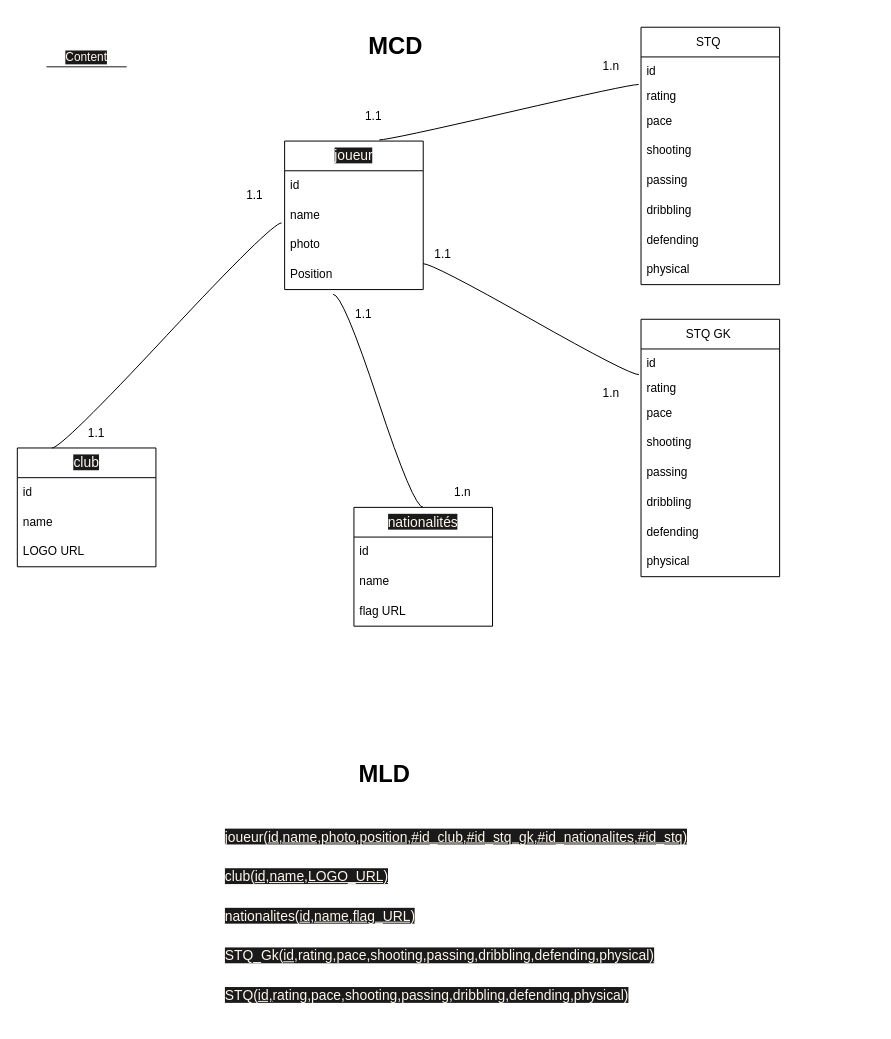
The draw.io diagram gestion.dio in zakaria-123kardache/Gestionnaire_FUT_Champions, before the edit. Source tidied: cells renumbered, new cells numbered last; positions are measured from the earlier drawing's top-left corner, leaving out a move shared by most shapes. Both pictures are drawn from the tidied source at 99%, with x=0, y=0 at pixel (17, 27).
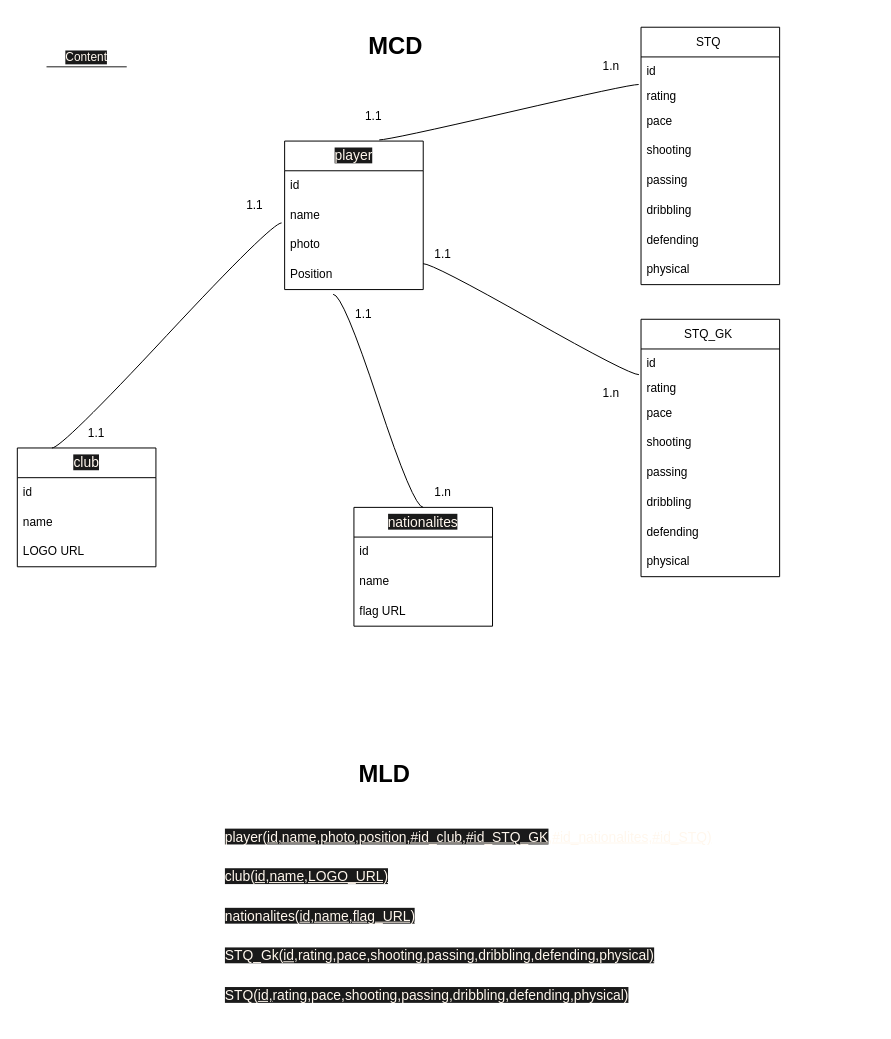
After the change.

Commit message (it also covers changes not shown here):
Creat DataBase

The edit, as a diff of the source:
```diff
@@
-    <mxCell id="2" value="&lt;span style=&quot;font-family: &amp;quot;Nunito Sans&amp;quot;, sans-serif; font-size: 14px; text-align: left; background-color: rgb(26, 26, 26);&quot;&gt;&lt;font style=&quot;&quot; color=&quot;#fff7ed&quot;&gt;joueur&lt;/font&gt;&lt;/span&gt;" style="swimlane;fontStyle=0;horizontal=1;startSize=30;whiteSpace=wrap;html=1;" parent="1" vertex="1">
+    <mxCell id="2" value="&lt;span style=&quot;font-family: &amp;quot;Nunito Sans&amp;quot;, sans-serif; font-size: 14px; text-align: left; background-color: rgb(26, 26, 26);&quot;&gt;&lt;font style=&quot;&quot; color=&quot;#fff7ed&quot;&gt;player&lt;/font&gt;&lt;/span&gt;" style="swimlane;fontStyle=0;horizontal=1;startSize=30;whiteSpace=wrap;html=1;" parent="1" vertex="1">
       <mxGeometry x="270" y="115" width="140" height="150" as="geometry" />
     </mxCell>
@@
-    <mxCell id="7" value="&lt;span style=&quot;font-family: &amp;quot;Nunito Sans&amp;quot;, sans-serif; font-size: 14px; text-align: left; background-color: rgb(26, 26, 26);&quot;&gt;&lt;font style=&quot;&quot; color=&quot;#fff7ed&quot;&gt;nationalités&lt;/font&gt;&lt;/span&gt;" style="swimlane;fontStyle=0;horizontal=1;startSize=30;whiteSpace=wrap;html=1;" parent="1" vertex="1">
+    <mxCell id="7" value="&lt;span style=&quot;font-family: &amp;quot;Nunito Sans&amp;quot;, sans-serif; font-size: 14px; text-align: left; background-color: rgb(26, 26, 26);&quot;&gt;&lt;font style=&quot;&quot; color=&quot;#fff7ed&quot;&gt;nationalites&lt;/font&gt;&lt;/span&gt;" style="swimlane;fontStyle=0;horizontal=1;startSize=30;whiteSpace=wrap;html=1;" parent="1" vertex="1">
       <mxGeometry x="340" y="485" width="140" height="120" as="geometry" />
     </mxCell>
@@
     <mxCell id="27" value="1.1" style="text;html=1;strokeColor=none;fillColor=none;align=center;verticalAlign=middle;whiteSpace=wrap;rounded=0;" parent="1" vertex="1">
-      <mxGeometry x="210" y="155" width="60" height="30" as="geometry" />
+      <mxGeometry x="210" y="165" width="60" height="30" as="geometry" />
     </mxCell>
-    <mxCell id="28" value="STQ GK&amp;nbsp;" style="swimlane;fontStyle=0;horizontal=1;startSize=30;whiteSpace=wrap;html=1;" parent="1" vertex="1">
+    <mxCell id="28" value="STQ_GK&amp;nbsp;" style="swimlane;fontStyle=0;horizontal=1;startSize=30;whiteSpace=wrap;html=1;" parent="1" vertex="1">
       <mxGeometry x="630" y="295" width="140" height="260" as="geometry" />
     </mxCell>
@@
     <mxCell id="44" value="1.n" style="text;html=1;strokeColor=none;fillColor=none;align=center;verticalAlign=middle;whiteSpace=wrap;rounded=0;" parent="1" vertex="1">
-      <mxGeometry x="420" y="455" width="60" height="30" as="geometry" />
+      <mxGeometry x="400" y="455" width="60" height="30" as="geometry" />
     </mxCell>
@@
-    <mxCell id="47" value="&lt;h1&gt;&lt;span style=&quot;color: rgb(255, 247, 237); font-family: &amp;quot;Nunito Sans&amp;quot;, sans-serif; font-size: 14px; font-weight: 400; background-color: rgb(26, 26, 26);&quot;&gt;joueur(&lt;u&gt;id,name,photo,position,#id_club,#id_stq_gk,#id_nationalites,#id_stq)&lt;/u&gt;&lt;/span&gt;&lt;br&gt;&lt;/h1&gt;" style="text;html=1;strokeColor=none;fillColor=none;spacing=5;spacingTop=-20;whiteSpace=wrap;overflow=hidden;rounded=0;" parent="1" vertex="1">
+    <mxCell id="47" value="&lt;h1&gt;&lt;span style=&quot;color: rgb(255, 247, 237); font-family: &amp;quot;Nunito Sans&amp;quot;, sans-serif; font-size: 14px; font-weight: 400; background-color: rgb(26, 26, 26);&quot;&gt;player(&lt;u&gt;id,name,photo,position,#id_club,#id_STQ_GK&lt;/u&gt;&lt;/span&gt;&lt;u style=&quot;color: rgb(255, 247, 237); font-family: &amp;quot;Nunito Sans&amp;quot;, sans-serif; font-size: 14px; font-weight: 400;&quot;&gt;,#id_nationalites,#id_STQ)&lt;/u&gt;&lt;/h1&gt;" style="text;html=1;strokeColor=none;fillColor=none;spacing=5;spacingTop=-20;whiteSpace=wrap;overflow=hidden;rounded=0;" parent="1" vertex="1">
       <mxGeometry x="205" y="795" width="510" height="50" as="geometry" />
     </mxCell>
```
